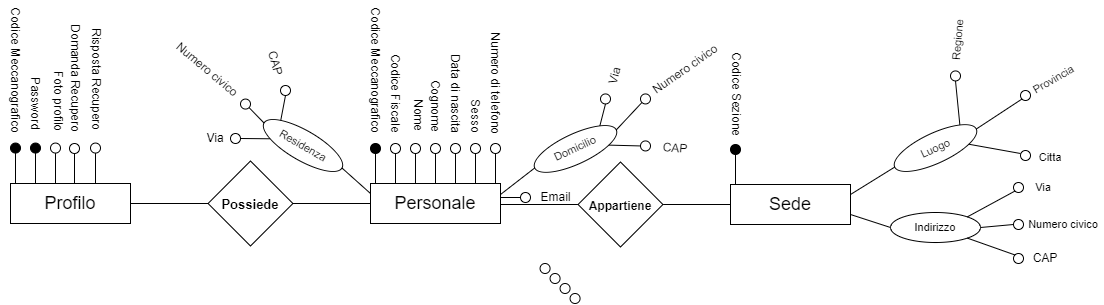
Earlier version of the draw.io export ERDiagram/WhistleER.drawio.png (savernike/DiagramsSet). Source tidied: cells renumbered, new cells last; positions are measured from the earlier drawing's top-left corner, leaving out a move shared by most shapes.
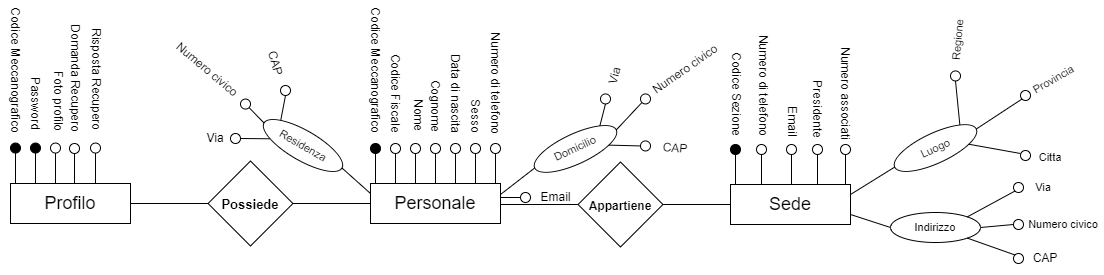
After the commit.

Commit message:
Agiornamento attributi sede

What changed in the source:
```diff
@@ -222,6 +222,18 @@
     <mxCell id="73" style="edgeStyle=orthogonalEdgeStyle;shape=connector;rounded=0;jettySize=auto;html=1;exitX=0;exitY=0;exitDx=0;exitDy=0;entryX=0.5;entryY=1;entryDx=0;entryDy=0;labelBackgroundColor=default;strokeColor=default;fontFamily=Helvetica;fontSize=11;fontColor=default;endArrow=none;endFill=0;" parent="1" edge="1" source="74" target="75">
       <mxGeometry relative="1" as="geometry" />
     </mxCell>
+    <mxCell id="103" style="edgeStyle=orthogonalEdgeStyle;shape=connector;rounded=0;jettySize=auto;html=1;exitX=0.25;exitY=0;exitDx=0;exitDy=0;entryX=0.5;entryY=1;entryDx=0;entryDy=0;labelBackgroundColor=default;strokeColor=default;fontFamily=Helvetica;fontSize=11;fontColor=default;endArrow=none;endFill=0;" parent="1" edge="1" source="74" target="77">
+      <mxGeometry relative="1" as="geometry" />
+    </mxCell>
+    <mxCell id="104" style="edgeStyle=orthogonalEdgeStyle;shape=connector;rounded=0;jettySize=auto;html=1;exitX=0.5;exitY=0;exitDx=0;exitDy=0;entryX=0.5;entryY=1;entryDx=0;entryDy=0;labelBackgroundColor=default;strokeColor=default;fontFamily=Helvetica;fontSize=11;fontColor=default;endArrow=none;endFill=0;" parent="1" edge="1" source="74" target="78">
+      <mxGeometry relative="1" as="geometry" />
+    </mxCell>
+    <mxCell id="105" style="edgeStyle=orthogonalEdgeStyle;shape=connector;rounded=0;jettySize=auto;html=1;exitX=0.75;exitY=0;exitDx=0;exitDy=0;entryX=0.5;entryY=1;entryDx=0;entryDy=0;labelBackgroundColor=default;strokeColor=default;fontFamily=Helvetica;fontSize=11;fontColor=default;endArrow=none;endFill=0;" parent="1" edge="1" source="74" target="79">
+      <mxGeometry relative="1" as="geometry" />
+    </mxCell>
+    <mxCell id="106" style="edgeStyle=orthogonalEdgeStyle;shape=connector;rounded=0;jettySize=auto;html=1;exitX=1;exitY=0;exitDx=0;exitDy=0;entryX=0.5;entryY=1;entryDx=0;entryDy=0;labelBackgroundColor=default;strokeColor=default;fontFamily=Helvetica;fontSize=11;fontColor=default;endArrow=none;endFill=0;" parent="1" edge="1" source="74" target="80">
+      <mxGeometry relative="1" as="geometry" />
+    </mxCell>
     <mxCell id="74" value="&lt;font style=&quot;font-size: 18px;&quot;&gt;Sede&lt;/font&gt;" style="rounded=0;whiteSpace=wrap;html=1;fontFamily=Helvetica;fontSize=11;fontColor=default;" parent="1" vertex="1">
       <mxGeometry x="785" y="160" width="120" height="40" as="geometry" />
     </mxCell>
@@ -232,16 +244,16 @@
       <mxGeometry x="743.5" y="54.5" width="95" height="30" as="geometry" />
     </mxCell>
     <mxCell id="77" style="ellipse;whiteSpace=wrap;html=1;fontFamily=Helvetica;fontSize=11;fontColor=default;" parent="1" vertex="1">
-      <mxGeometry x="594.6" y="239" width="10" height="10" as="geometry" />
+      <mxGeometry x="811" y="120" width="10" height="10" as="geometry" />
     </mxCell>
     <mxCell id="78" style="ellipse;whiteSpace=wrap;html=1;fontFamily=Helvetica;fontSize=11;fontColor=default;" parent="1" vertex="1">
-      <mxGeometry x="604.6" y="249" width="10" height="10" as="geometry" />
+      <mxGeometry x="841" y="120" width="10" height="10" as="geometry" />
     </mxCell>
     <mxCell id="79" style="ellipse;whiteSpace=wrap;html=1;fontFamily=Helvetica;fontSize=11;fontColor=default;" parent="1" vertex="1">
-      <mxGeometry x="614.6" y="259" width="10" height="10" as="geometry" />
+      <mxGeometry x="867" y="120" width="10" height="10" as="geometry" />
     </mxCell>
     <mxCell id="80" style="ellipse;whiteSpace=wrap;html=1;fontFamily=Helvetica;fontSize=11;fontColor=default;" parent="1" vertex="1">
-      <mxGeometry x="624.6" y="269" width="10" height="10" as="geometry" />
+      <mxGeometry x="895" y="120" width="10" height="10" as="geometry" />
     </mxCell>
     <mxCell id="81" value="Luogo" style="ellipse;whiteSpace=wrap;html=1;fontFamily=Helvetica;fontSize=11;fontColor=default;rotation=-25;" parent="1" vertex="1">
       <mxGeometry x="945" y="108.6" width="90" height="30" as="geometry" />
@@ -311,5 +323,17 @@
     <mxCell id="102" value="CAP&lt;br&gt;" style="text;strokeColor=none;align=center;fillColor=none;html=1;verticalAlign=middle;whiteSpace=wrap;rounded=0;rotation=0;" parent="1" vertex="1">
       <mxGeometry x="1085" y="219" width="30" height="30" as="geometry" />
     </mxCell>
+    <mxCell id="107" value="Numero di telefono" style="text;strokeColor=none;align=center;fillColor=none;html=1;verticalAlign=middle;whiteSpace=wrap;rounded=0;rotation=90;" parent="1" vertex="1">
+      <mxGeometry x="762.8" y="45.8" width="110.5" height="30" as="geometry" />
+    </mxCell>
+    <mxCell id="108" value="Email" style="text;strokeColor=none;align=center;fillColor=none;html=1;verticalAlign=middle;whiteSpace=wrap;rounded=0;rotation=90;" parent="1" vertex="1">
+      <mxGeometry x="828.4" y="82.8" width="37.2" height="30" as="geometry" />
+    </mxCell>
+    <mxCell id="109" value="Presidente" style="text;strokeColor=none;align=center;fillColor=none;html=1;verticalAlign=middle;whiteSpace=wrap;rounded=0;rotation=90;" parent="1" vertex="1">
+      <mxGeometry x="840.9" y="69.9" width="62.2" height="30" as="geometry" />
+    </mxCell>
+    <mxCell id="110" value="Numero associati" style="text;strokeColor=none;align=center;fillColor=none;html=1;verticalAlign=middle;whiteSpace=wrap;rounded=0;rotation=90;" parent="1" vertex="1">
+      <mxGeometry x="849.9" y="54.1" width="100.2" height="30" as="geometry" />
+    </mxCell>
   </root>
 </mxGraphModel>
```
